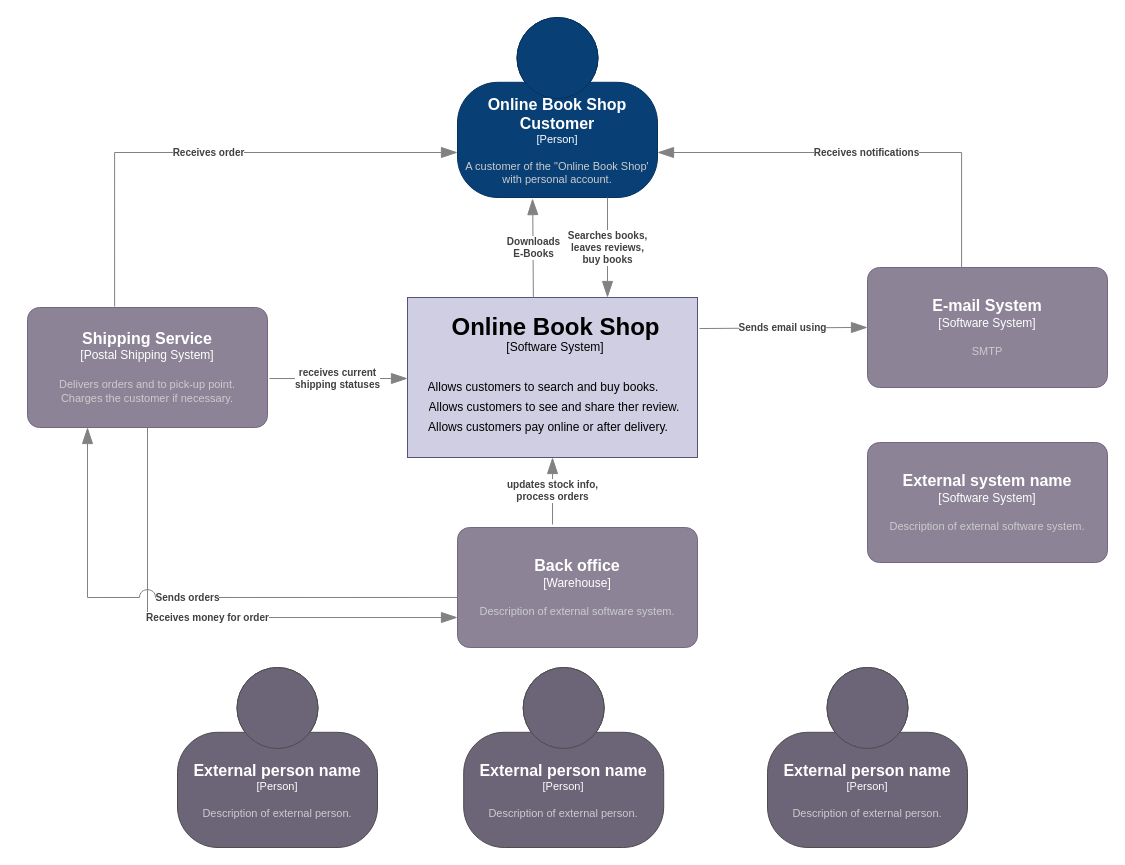
Before: hw1/HW1.context.drawio in 4thwithme/ms_course, a draw.io diagram. Source tidied: cells renumbered, new cells numbered last; positions are measured from the earlier drawing's top-left corner, leaving out a move shared by most shapes. Both pictures are drawn from the tidied source at 100%, with x=0, y=0 at pixel (27, 17).
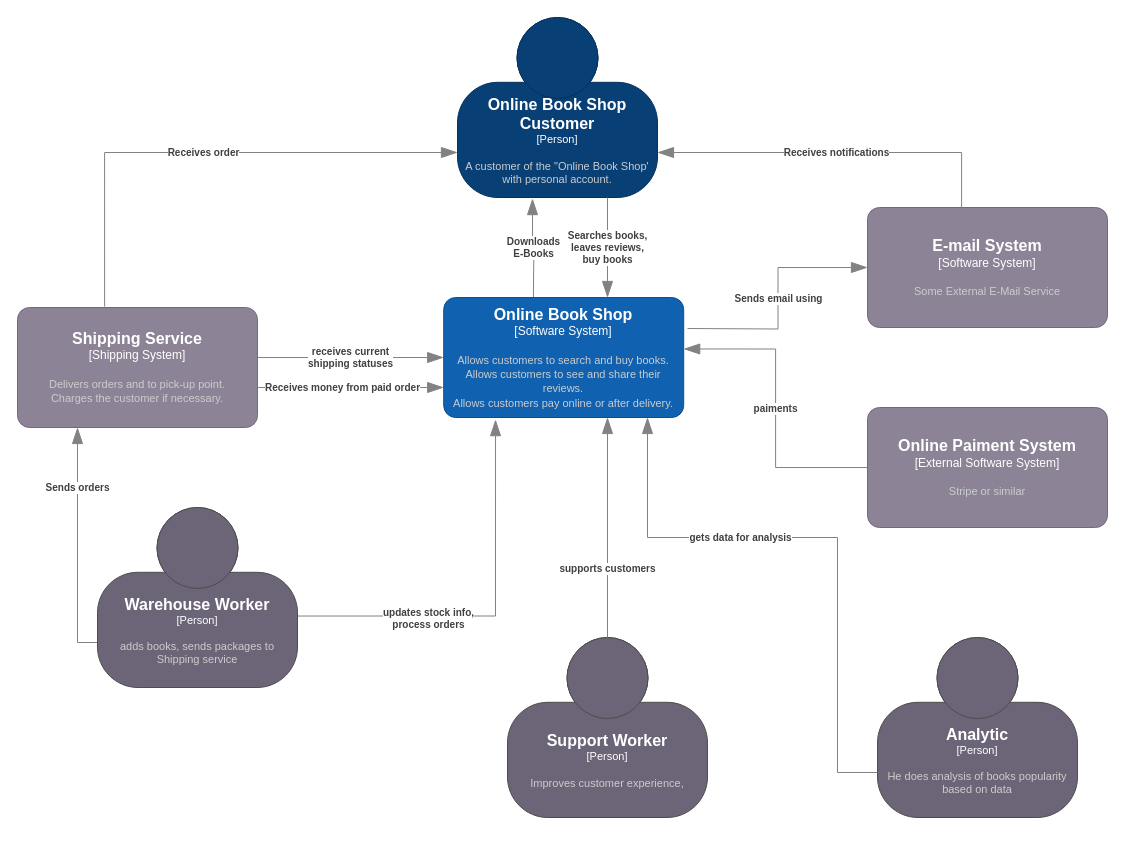
The same diagram, later.

Unchanged cells that the change refers to:
```xml
<object id="8" label="&lt;font style=&quot;font-size: 16px&quot;&gt;&lt;b&gt;%c4Name%&lt;/b&gt;&lt;/font&gt;&lt;div&gt;[%c4Type%]&lt;/div&gt;&lt;br&gt;&lt;div&gt;&lt;font style=&quot;font-size: 11px&quot;&gt;&lt;font color=&quot;#cccccc&quot;&gt;%c4Description%&lt;/font&gt;&lt;/div&gt;" c4Description="A customer of the &quot;Online Book Shop' with personal account." c4Name="Online Book Shop Customer" c4Type="Person" placeholders="1">
  <mxCell style="html=1;fontSize=11;dashed=0;whiteSpace=wrap;fillColor=#083F75;strokeColor=#06315C;fontColor=#ffffff;shape=mxgraph.c4.person2;align=center;points=[[0.5,0,0],[1,0.5,0],[1,0.75,0],[0.75,1,0],[0.5,1,0],[0.25,1,0],[0,0.75,0],[0,0.5,0]];" parent="1" vertex="1">
    <mxGeometry x="430" width="200" height="180" as="geometry" />
  </mxCell>
</object>
```

Change to the diagram source:
```diff
@@
-    <mxCell id="2" style="rounded=1;whiteSpace=wrap;html=1;arcSize=0;fillColor=#d0cee2;strokeColor=#56517e;" parent="1" vertex="1">
-      <mxGeometry x="380" y="280" width="290" height="160" as="geometry" />
-    </mxCell>
-    <mxCell id="3" value="Online Book Shop" style="text;strokeColor=none;fillColor=none;html=1;fontSize=24;fontStyle=1;verticalAlign=middle;align=center;fontColor=#000000;rounded=1;" parent="1" vertex="1">
-      <mxGeometry x="478" y="290" width="100" height="40" as="geometry" />
-    </mxCell>
@@
-    <mxCell id="5" value="Allows customers to search and buy books.&lt;br&gt;" style="text;html=1;strokeColor=none;fillColor=none;align=center;verticalAlign=middle;whiteSpace=wrap;overflow=hidden;fontColor=#000000;rounded=1;" parent="1" vertex="1">
-      <mxGeometry x="396.2" y="360" width="240" height="20" as="geometry" />
-    </mxCell>
-    <mxCell id="6" value="Allows customers to see and share ther review." style="text;html=1;strokeColor=none;fillColor=none;align=center;verticalAlign=middle;whiteSpace=wrap;overflow=hidden;fontColor=#000000;rounded=1;" parent="1" vertex="1">
-      <mxGeometry x="398.2" y="380" width="257.5" height="20" as="geometry" />
-    </mxCell>
-    <mxCell id="7" value="Allows customers pay online or after delivery." style="text;html=1;strokeColor=none;fillColor=none;align=center;verticalAlign=middle;whiteSpace=wrap;overflow=hidden;fontColor=#000000;rounded=1;" parent="1" vertex="1">
-      <mxGeometry x="396.2" y="400" width="250" height="20" as="geometry" />
-    </mxCell>
@@
-    <object id="9" label="&lt;font style=&quot;font-size: 16px&quot;&gt;&lt;b&gt;%c4Name%&lt;/b&gt;&lt;/font&gt;&lt;div&gt;[%c4Type%]&lt;/div&gt;&lt;br&gt;&lt;div&gt;&lt;font style=&quot;font-size: 11px&quot;&gt;&lt;font color=&quot;#cccccc&quot;&gt;%c4Description%&lt;/font&gt;&lt;/div&gt;" c4Description="SMTP" c4Name="E-mail System" c4Type="Software System" placeholders="1">
+    <object id="9" label="&lt;font style=&quot;font-size: 16px&quot;&gt;&lt;b&gt;%c4Name%&lt;/b&gt;&lt;/font&gt;&lt;div&gt;[%c4Type%]&lt;/div&gt;&lt;br&gt;&lt;div&gt;&lt;font style=&quot;font-size: 11px&quot;&gt;&lt;font color=&quot;#cccccc&quot;&gt;%c4Description%&lt;/font&gt;&lt;/div&gt;" c4Description="Some External E-Mail Service" c4Name="E-mail System" c4Type="Software System" placeholders="1">
       <mxCell style="rounded=1;whiteSpace=wrap;html=1;labelBackgroundColor=none;fillColor=#8C8496;fontColor=#ffffff;align=center;arcSize=10;strokeColor=#736782;points=[[0.25,0,0],[0.5,0,0],[0.75,0,0],[1,0.25,0],[1,0.5,0],[1,0.75,0],[0.75,1,0],[0.5,1,0],[0.25,1,0],[0,0.75,0],[0,0.5,0],[0,0.25,0]];" parent="1" vertex="1">
-        <mxGeometry x="840" y="250" width="240" height="120" as="geometry" />
+        <mxGeometry x="840" y="190" width="240" height="120" as="geometry" />
       </mxCell>
     </object>
-    <object id="10" label="&lt;font style=&quot;font-size: 16px&quot;&gt;&lt;b&gt;%c4Name%&lt;/b&gt;&lt;/font&gt;&lt;div&gt;[%c4Type%]&lt;/div&gt;&lt;br&gt;&lt;div&gt;&lt;font style=&quot;font-size: 11px&quot;&gt;&lt;font color=&quot;#cccccc&quot;&gt;%c4Description%&lt;/font&gt;&lt;/div&gt;" c4Description="Delivers orders and to pick-up point.&#10;Charges the customer if necessary." c4Name="Shipping Service" c4Type="Postal Shipping System" placeholders="1">
+    <object id="10" label="&lt;font style=&quot;font-size: 16px&quot;&gt;&lt;b&gt;%c4Name%&lt;/b&gt;&lt;/font&gt;&lt;div&gt;[%c4Type%]&lt;/div&gt;&lt;br&gt;&lt;div&gt;&lt;font style=&quot;font-size: 11px&quot;&gt;&lt;font color=&quot;#cccccc&quot;&gt;%c4Description%&lt;/font&gt;&lt;/div&gt;" c4Description="Delivers orders and to pick-up point.&#10;Charges the customer if necessary." c4Name="Shipping Service" c4Type="Shipping System" placeholders="1">
       <mxCell style="rounded=1;whiteSpace=wrap;html=1;labelBackgroundColor=none;fillColor=#8C8496;fontColor=#ffffff;align=center;arcSize=10;strokeColor=#736782;points=[[0.25,0,0],[0.5,0,0],[0.75,0,0],[1,0.25,0],[1,0.5,0],[1,0.75,0],[0.75,1,0],[0.5,1,0],[0.25,1,0],[0,0.75,0],[0,0.5,0],[0,0.25,0]];" parent="1" vertex="1">
-        <mxGeometry y="290" width="240" height="120" as="geometry" />
+        <mxGeometry x="-10" y="290" width="240" height="120" as="geometry" />
       </mxCell>
     </object>
-    <object id="11" label="&lt;font style=&quot;font-size: 16px&quot;&gt;&lt;b&gt;%c4Name%&lt;/b&gt;&lt;/font&gt;&lt;div&gt;[%c4Type%]&lt;/div&gt;&lt;br&gt;&lt;div&gt;&lt;font style=&quot;font-size: 11px&quot;&gt;&lt;font color=&quot;#cccccc&quot;&gt;%c4Description%&lt;/font&gt;&lt;/div&gt;" c4Description="Description of external software system." c4Name="Back office" c4Type="Warehouse" placeholders="1">
-      <mxCell style="rounded=1;whiteSpace=wrap;html=1;labelBackgroundColor=none;fillColor=#8C8496;fontColor=#ffffff;align=center;arcSize=10;strokeColor=#736782;points=[[0.25,0,0],[0.5,0,0],[0.75,0,0],[1,0.25,0],[1,0.5,0],[1,0.75,0],[0.75,1,0],[0.5,1,0],[0.25,1,0],[0,0.75,0],[0,0.5,0],[0,0.25,0]];" parent="1" vertex="1">
-        <mxGeometry x="430" y="510" width="240" height="120" as="geometry" />
-      </mxCell>
-    </object>
     <object id="12" label="&lt;div style=&quot;text-align: left&quot;&gt;&lt;div style=&quot;text-align: center&quot;&gt;&lt;b&gt;%c4Description%&lt;/b&gt;&lt;/div&gt;" c4Description="updates stock info,&#10;process orders" placeholders="1">
-      <mxCell style="endArrow=blockThin;html=1;fontSize=10;fontColor=#404040;strokeWidth=1;endFill=1;strokeColor=#828282;elbow=vertical;endSize=14;startSize=14;jumpStyle=arc;jumpSize=16;rounded=0;edgeStyle=orthogonalEdgeStyle;exitX=0.396;exitY=-0.025;exitDx=0;exitDy=0;exitPerimeter=0;" parent="1" edge="1" source="11" target="2">
-        <mxGeometry relative="1" as="geometry" />
+      <mxCell style="endArrow=blockThin;html=1;fontSize=10;fontColor=#404040;strokeWidth=1;endFill=1;strokeColor=#828282;elbow=vertical;endSize=14;startSize=14;jumpStyle=arc;jumpSize=16;rounded=0;edgeStyle=orthogonalEdgeStyle;exitX=0.996;exitY=0.603;exitDx=0;exitDy=0;exitPerimeter=0;entryX=0.216;entryY=1.018;entryDx=0;entryDy=0;entryPerimeter=0;" parent="1" edge="1" source="23" target="25">
+        <mxGeometry x="-0.33" y="-2" relative="1" as="geometry">
+          <Array as="points">
+            <mxPoint x="468" y="598" />
+          </Array>
+        </mxGeometry>
       </mxCell>
     </object>
-    <object id="13" label="&lt;div style=&quot;text-align: left&quot;&gt;&lt;div style=&quot;text-align: center&quot;&gt;&lt;b&gt;%c4Description%&lt;/b&gt;&lt;/div&gt;" c4Description="Receives money for order " placeholders="1">
-      <mxCell style="endArrow=blockThin;html=1;fontSize=10;fontColor=#404040;strokeWidth=1;endFill=1;strokeColor=#828282;elbow=vertical;endSize=14;startSize=14;jumpStyle=arc;jumpSize=16;rounded=0;edgeStyle=orthogonalEdgeStyle;entryX=0;entryY=0.75;entryDx=0;entryDy=0;entryPerimeter=0;" parent="1" edge="1" source="10" target="11">
-        <mxGeometry relative="1" as="geometry">
+    <object id="13" label="&lt;div style=&quot;text-align: left&quot;&gt;&lt;div style=&quot;text-align: center&quot;&gt;&lt;b&gt;%c4Description%&lt;/b&gt;&lt;/div&gt;" c4Description="Receives money from paid order " placeholders="1">
+      <mxCell style="endArrow=blockThin;html=1;fontSize=10;fontColor=#404040;strokeWidth=1;endFill=1;strokeColor=#828282;elbow=vertical;endSize=14;startSize=14;jumpStyle=arc;jumpSize=16;rounded=0;edgeStyle=orthogonalEdgeStyle;entryX=0;entryY=0.75;entryDx=0;entryDy=0;entryPerimeter=0;" parent="1" edge="1" source="10" target="25">
+        <mxGeometry x="-0.09" relative="1" as="geometry">
           <Array as="points">
-            <mxPoint x="120" y="600" />
+            <mxPoint x="290" y="370" />
+            <mxPoint x="290" y="370" />
           </Array>
         </mxGeometry>
       </mxCell>
     </object>
     <object id="14" label="&lt;div style=&quot;text-align: left&quot;&gt;&lt;div style=&quot;text-align: center&quot;&gt;&lt;b&gt;%c4Description%&lt;/b&gt;&lt;/div&gt;" c4Description="Sends orders" placeholders="1">
-      <mxCell style="endArrow=blockThin;html=1;fontSize=10;fontColor=#404040;strokeWidth=1;endFill=1;strokeColor=#828282;elbow=vertical;endSize=14;startSize=14;jumpStyle=arc;jumpSize=16;rounded=0;edgeStyle=orthogonalEdgeStyle;exitX=0;exitY=0.583;exitDx=0;exitDy=0;exitPerimeter=0;entryX=0.25;entryY=1;entryDx=0;entryDy=0;entryPerimeter=0;" parent="1" edge="1" source="11" target="10">
-        <mxGeometry relative="1" as="geometry" />
+      <mxCell style="endArrow=blockThin;html=1;fontSize=10;fontColor=#404040;strokeWidth=1;endFill=1;strokeColor=#828282;elbow=vertical;endSize=14;startSize=14;jumpStyle=arc;jumpSize=16;rounded=0;edgeStyle=orthogonalEdgeStyle;exitX=0;exitY=0.75;exitDx=0;exitDy=0;exitPerimeter=0;entryX=0.25;entryY=1;entryDx=0;entryDy=0;entryPerimeter=0;" parent="1" edge="1" source="23" target="10">
+        <mxGeometry x="0.49" relative="1" as="geometry" />
       </mxCell>
     </object>
@@
     <object id="17" label="&lt;div style=&quot;text-align: left&quot;&gt;&lt;div style=&quot;text-align: center&quot;&gt;&lt;b&gt;%c4Description%&lt;/b&gt;&lt;/div&gt;" c4Description="receives current&#10;shipping statuses" placeholders="1">
-      <mxCell style="endArrow=blockThin;html=1;fontSize=10;fontColor=#404040;strokeWidth=1;endFill=1;strokeColor=#828282;elbow=vertical;endSize=14;startSize=14;jumpStyle=arc;jumpSize=16;rounded=0;edgeStyle=orthogonalEdgeStyle;exitX=1.008;exitY=0.592;exitDx=0;exitDy=0;exitPerimeter=0;" parent="1" edge="1" source="10">
-        <mxGeometry relative="1" as="geometry">
-          <mxPoint x="380" y="361" as="targetPoint" />
-        </mxGeometry>
+      <mxCell style="endArrow=blockThin;html=1;fontSize=10;fontColor=#404040;strokeWidth=1;endFill=1;strokeColor=#828282;elbow=vertical;endSize=14;startSize=14;jumpStyle=arc;jumpSize=16;rounded=0;edgeStyle=orthogonalEdgeStyle;entryX=0;entryY=0.5;entryDx=0;entryDy=0;entryPerimeter=0;exitX=1;exitY=0.417;exitDx=0;exitDy=0;exitPerimeter=0;" parent="1" edge="1" source="10" target="25">
+        <mxGeometry relative="1" as="geometry" />
       </mxCell>
     </object>
     <object id="18" label="&lt;div style=&quot;text-align: left&quot;&gt;&lt;div style=&quot;text-align: center&quot;&gt;&lt;b&gt;%c4Description%&lt;/b&gt;&lt;/div&gt;" c4Description="Sends email using" placeholders="1">
-      <mxCell style="endArrow=blockThin;html=1;fontSize=10;fontColor=#404040;strokeWidth=1;endFill=1;strokeColor=#828282;elbow=vertical;endSize=14;startSize=14;jumpStyle=arc;jumpSize=16;rounded=0;edgeStyle=orthogonalEdgeStyle;exitX=1.007;exitY=0.194;exitDx=0;exitDy=0;entryX=0;entryY=0.5;entryDx=0;entryDy=0;entryPerimeter=0;exitPerimeter=0;" parent="1" edge="1" source="2" target="9">
-        <mxGeometry relative="1" as="geometry" />
+      <mxCell style="endArrow=blockThin;html=1;fontSize=10;fontColor=#404040;strokeWidth=1;endFill=1;strokeColor=#828282;elbow=vertical;endSize=14;startSize=14;jumpStyle=arc;jumpSize=16;rounded=0;edgeStyle=orthogonalEdgeStyle;entryX=0;entryY=0.5;entryDx=0;entryDy=0;entryPerimeter=0;" parent="1" edge="1" target="9">
+        <mxGeometry relative="1" as="geometry">
+          <mxPoint x="660" y="311" as="sourcePoint" />
+        </mxGeometry>
       </mxCell>
     </object>
     <object id="19" label="&lt;div style=&quot;text-align: left&quot;&gt;&lt;div style=&quot;text-align: center&quot;&gt;&lt;b&gt;%c4Description%&lt;/b&gt;&lt;/div&gt;" c4Description="Downloads&#10;E-Books" placeholders="1">
-      <mxCell style="endArrow=blockThin;html=1;fontSize=10;fontColor=#404040;strokeWidth=1;endFill=1;strokeColor=#828282;elbow=vertical;endSize=14;startSize=14;jumpStyle=arc;jumpSize=16;rounded=0;edgeStyle=orthogonalEdgeStyle;exitX=0.434;exitY=0;exitDx=0;exitDy=0;exitPerimeter=0;entryX=0.375;entryY=1.006;entryDx=0;entryDy=0;entryPerimeter=0;" parent="1" edge="1" source="2" target="8">
-        <mxGeometry relative="1" as="geometry" />
+      <mxCell style="endArrow=blockThin;html=1;fontSize=10;fontColor=#404040;strokeWidth=1;endFill=1;strokeColor=#828282;elbow=vertical;endSize=14;startSize=14;jumpStyle=arc;jumpSize=16;rounded=0;edgeStyle=orthogonalEdgeStyle;exitX=0.434;exitY=0;exitDx=0;exitDy=0;exitPerimeter=0;entryX=0.375;entryY=1.006;entryDx=0;entryDy=0;entryPerimeter=0;" parent="1" edge="1" target="8">
+        <mxGeometry relative="1" as="geometry">
+          <mxPoint x="505.9" y="280" as="sourcePoint" />
+        </mxGeometry>
       </mxCell>
     </object>
@@
-    <object id="21" label="&lt;font style=&quot;font-size: 16px&quot;&gt;&lt;b&gt;%c4Name%&lt;/b&gt;&lt;/font&gt;&lt;div&gt;[%c4Type%]&lt;/div&gt;&lt;br&gt;&lt;div&gt;&lt;font style=&quot;font-size: 11px&quot;&gt;&lt;font color=&quot;#cccccc&quot;&gt;%c4Description%&lt;/font&gt;&lt;/div&gt;" c4Description="Description of external person." c4Name="External person name" c4Type="Person" placeholders="1">
+    <object id="21" label="&lt;font style=&quot;font-size: 16px&quot;&gt;&lt;b&gt;%c4Name%&lt;/b&gt;&lt;/font&gt;&lt;div&gt;[%c4Type%]&lt;/div&gt;&lt;br&gt;&lt;div&gt;&lt;font style=&quot;font-size: 11px&quot;&gt;&lt;font color=&quot;#cccccc&quot;&gt;%c4Description%&lt;/font&gt;&lt;/div&gt;" c4Description="He does analysis of books popularity based on data" c4Name="Analytic" c4Type="Person" placeholders="1">
       <mxCell style="html=1;fontSize=11;dashed=0;whiteSpace=wrap;fillColor=#6C6477;strokeColor=#4D4D4D;fontColor=#ffffff;shape=mxgraph.c4.person2;align=center;points=[[0.5,0,0],[1,0.5,0],[1,0.75,0],[0.75,1,0],[0.5,1,0],[0.25,1,0],[0,0.75,0],[0,0.5,0]];" parent="1" vertex="1">
-        <mxGeometry x="740" y="650" width="200" height="180" as="geometry" />
+        <mxGeometry x="850" y="620" width="200" height="180" as="geometry" />
       </mxCell>
     </object>
-    <object id="22" label="&lt;font style=&quot;font-size: 16px&quot;&gt;&lt;b&gt;%c4Name%&lt;/b&gt;&lt;/font&gt;&lt;div&gt;[%c4Type%]&lt;/div&gt;&lt;br&gt;&lt;div&gt;&lt;font style=&quot;font-size: 11px&quot;&gt;&lt;font color=&quot;#cccccc&quot;&gt;%c4Description%&lt;/font&gt;&lt;/div&gt;" c4Description="Description of external person." c4Name="External person name" c4Type="Person" placeholders="1">
+    <object id="22" label="&lt;font style=&quot;font-size: 16px&quot;&gt;&lt;b&gt;%c4Name%&lt;/b&gt;&lt;/font&gt;&lt;div&gt;[%c4Type%]&lt;/div&gt;&lt;br&gt;&lt;div&gt;&lt;font style=&quot;font-size: 11px&quot;&gt;&lt;font color=&quot;#cccccc&quot;&gt;%c4Description%&lt;/font&gt;&lt;/div&gt;" c4Description="Improves customer experience," c4Name="Support Worker" c4Type="Person" placeholders="1">
       <mxCell style="html=1;fontSize=11;dashed=0;whiteSpace=wrap;fillColor=#6C6477;strokeColor=#4D4D4D;fontColor=#ffffff;shape=mxgraph.c4.person2;align=center;points=[[0.5,0,0],[1,0.5,0],[1,0.75,0],[0.75,1,0],[0.5,1,0],[0.25,1,0],[0,0.75,0],[0,0.5,0]];" parent="1" vertex="1">
-        <mxGeometry x="150" y="650" width="200" height="180" as="geometry" />
+        <mxGeometry x="480" y="620" width="200" height="180" as="geometry" />
       </mxCell>
     </object>
-    <object id="23" label="&lt;font style=&quot;font-size: 16px&quot;&gt;&lt;b&gt;%c4Name%&lt;/b&gt;&lt;/font&gt;&lt;div&gt;[%c4Type%]&lt;/div&gt;&lt;br&gt;&lt;div&gt;&lt;font style=&quot;font-size: 11px&quot;&gt;&lt;font color=&quot;#cccccc&quot;&gt;%c4Description%&lt;/font&gt;&lt;/div&gt;" c4Description="Description of external person." c4Name="External person name" c4Type="Person" placeholders="1">
+    <object id="23" label="&lt;font style=&quot;font-size: 16px&quot;&gt;&lt;b&gt;%c4Name%&lt;/b&gt;&lt;/font&gt;&lt;div&gt;[%c4Type%]&lt;/div&gt;&lt;br&gt;&lt;div&gt;&lt;font style=&quot;font-size: 11px&quot;&gt;&lt;font color=&quot;#cccccc&quot;&gt;%c4Description%&lt;/font&gt;&lt;/div&gt;" c4Description="adds books, sends packages to Shipping service" c4Name="Warehouse Worker" c4Type="Person" placeholders="1">
       <mxCell style="html=1;fontSize=11;dashed=0;whiteSpace=wrap;fillColor=#6C6477;strokeColor=#4D4D4D;fontColor=#ffffff;shape=mxgraph.c4.person2;align=center;points=[[0.5,0,0],[1,0.5,0],[1,0.75,0],[0.75,1,0],[0.5,1,0],[0.25,1,0],[0,0.75,0],[0,0.5,0]];" parent="1" vertex="1">
-        <mxGeometry x="436.2" y="650" width="200" height="180" as="geometry" />
+        <mxGeometry x="70" y="490" width="200" height="180" as="geometry" />
       </mxCell>
     </object>
-    <object id="24" label="&lt;font style=&quot;font-size: 16px&quot;&gt;&lt;b&gt;%c4Name%&lt;/b&gt;&lt;/font&gt;&lt;div&gt;[%c4Type%]&lt;/div&gt;&lt;br&gt;&lt;div&gt;&lt;font style=&quot;font-size: 11px&quot;&gt;&lt;font color=&quot;#cccccc&quot;&gt;%c4Description%&lt;/font&gt;&lt;/div&gt;" c4Description="Description of external software system." c4Name="External system name" c4Type="Software System" placeholders="1">
+    <object id="24" label="&lt;font style=&quot;font-size: 16px&quot;&gt;&lt;b&gt;%c4Name%&lt;/b&gt;&lt;/font&gt;&lt;div&gt;[%c4Type%]&lt;/div&gt;&lt;br&gt;&lt;div&gt;&lt;font style=&quot;font-size: 11px&quot;&gt;&lt;font color=&quot;#cccccc&quot;&gt;%c4Description%&lt;/font&gt;&lt;/div&gt;" c4Description="Stripe or similar" c4Name="Online Paiment System" c4Type="External Software System" placeholders="1">
       <mxCell style="rounded=1;whiteSpace=wrap;html=1;labelBackgroundColor=none;fillColor=#8C8496;fontColor=#ffffff;align=center;arcSize=10;strokeColor=#736782;points=[[0.25,0,0],[0.5,0,0],[0.75,0,0],[1,0.25,0],[1,0.5,0],[1,0.75,0],[0.75,1,0],[0.5,1,0],[0.25,1,0],[0,0.75,0],[0,0.5,0],[0,0.25,0]];" parent="1" vertex="1">
-        <mxGeometry x="840" y="425" width="240" height="120" as="geometry" />
+        <mxGeometry x="840" y="390" width="240" height="120" as="geometry" />
       </mxCell>
     </object>
+    <object id="25" label="&lt;font style=&quot;font-size: 16px&quot;&gt;&lt;b&gt;%c4Name%&lt;/b&gt;&lt;/font&gt;&lt;div&gt;[%c4Type%]&lt;/div&gt;&lt;br&gt;&lt;div&gt;&lt;font style=&quot;font-size: 11px&quot;&gt;&lt;font color=&quot;#cccccc&quot;&gt;%c4Description%&lt;/font&gt;&lt;/div&gt;" c4Description="Allows customers to search and buy books.&#10;Allows customers to see and share their reviews.&#10;Allows customers pay online or after delivery." c4Name="Online Book Shop" c4Type="Software System" placeholders="1">
+      <mxCell style="rounded=1;whiteSpace=wrap;html=1;labelBackgroundColor=none;fillColor=#1061B0;fontColor=#ffffff;align=center;arcSize=10;strokeColor=#0D5091;points=[[0.25,0,0],[0.5,0,0],[0.75,0,0],[1,0.25,0],[1,0.5,0],[1,0.75,0],[0.75,1,0],[0.5,1,0],[0.25,1,0],[0,0.75,0],[0,0.5,0],[0,0.25,0]];" parent="1" vertex="1">
+        <mxGeometry x="416.2" y="280" width="240" height="120" as="geometry" />
+      </mxCell>
+    </object>
+    <object id="26" label="&lt;div style=&quot;text-align: left&quot;&gt;&lt;div style=&quot;text-align: center&quot;&gt;&lt;b&gt;%c4Description%&lt;/b&gt;&lt;/div&gt;" c4Description="gets data for analysis" placeholders="1">
+      <mxCell style="endArrow=blockThin;html=1;fontSize=10;fontColor=#404040;strokeWidth=1;endFill=1;strokeColor=#828282;elbow=vertical;endSize=14;startSize=14;jumpStyle=arc;jumpSize=16;rounded=0;edgeStyle=orthogonalEdgeStyle;exitX=0;exitY=0.75;exitDx=0;exitDy=0;exitPerimeter=0;" parent="1" edge="1" source="21" target="25">
+        <mxGeometry x="0.27" relative="1" as="geometry">
+          <Array as="points">
+            <mxPoint x="810" y="755" />
+            <mxPoint x="810" y="520" />
+            <mxPoint x="620" y="520" />
+          </Array>
+          <mxPoint x="-1" as="offset" />
+        </mxGeometry>
+      </mxCell>
+    </object>
+    <object id="27" label="&lt;div style=&quot;text-align: left&quot;&gt;&lt;div style=&quot;text-align: center&quot;&gt;&lt;b&gt;%c4Description%&lt;/b&gt;&lt;/div&gt;" c4Description="supports customers" placeholders="1">
+      <mxCell style="endArrow=blockThin;html=1;fontSize=10;fontColor=#404040;strokeWidth=1;endFill=1;strokeColor=#828282;elbow=vertical;endSize=14;startSize=14;jumpStyle=arc;jumpSize=16;rounded=0;edgeStyle=orthogonalEdgeStyle;exitX=0.5;exitY=0;exitDx=0;exitDy=0;exitPerimeter=0;" parent="1" edge="1" source="22">
+        <mxGeometry x="-0.36" relative="1" as="geometry">
+          <mxPoint x="580" y="400" as="targetPoint" />
+          <Array as="points">
+            <mxPoint x="580" y="402" />
+          </Array>
+          <mxPoint y="1" as="offset" />
+        </mxGeometry>
+      </mxCell>
+    </object>
+    <object id="28" label="&lt;div style=&quot;text-align: left&quot;&gt;&lt;div style=&quot;text-align: center&quot;&gt;&lt;b&gt;%c4Description%&lt;/b&gt;&lt;/div&gt;" c4Description="paiments" placeholders="1">
+      <mxCell style="endArrow=blockThin;html=1;fontSize=10;fontColor=#404040;strokeWidth=1;endFill=1;strokeColor=#828282;elbow=vertical;endSize=14;startSize=14;jumpStyle=arc;jumpSize=16;rounded=0;edgeStyle=orthogonalEdgeStyle;exitX=0;exitY=0.5;exitDx=0;exitDy=0;exitPerimeter=0;entryX=1;entryY=0.429;entryDx=0;entryDy=0;entryPerimeter=0;" parent="1" edge="1" source="24" target="25">
+        <mxGeometry relative="1" as="geometry" />
+      </mxCell>
+    </object>
```
